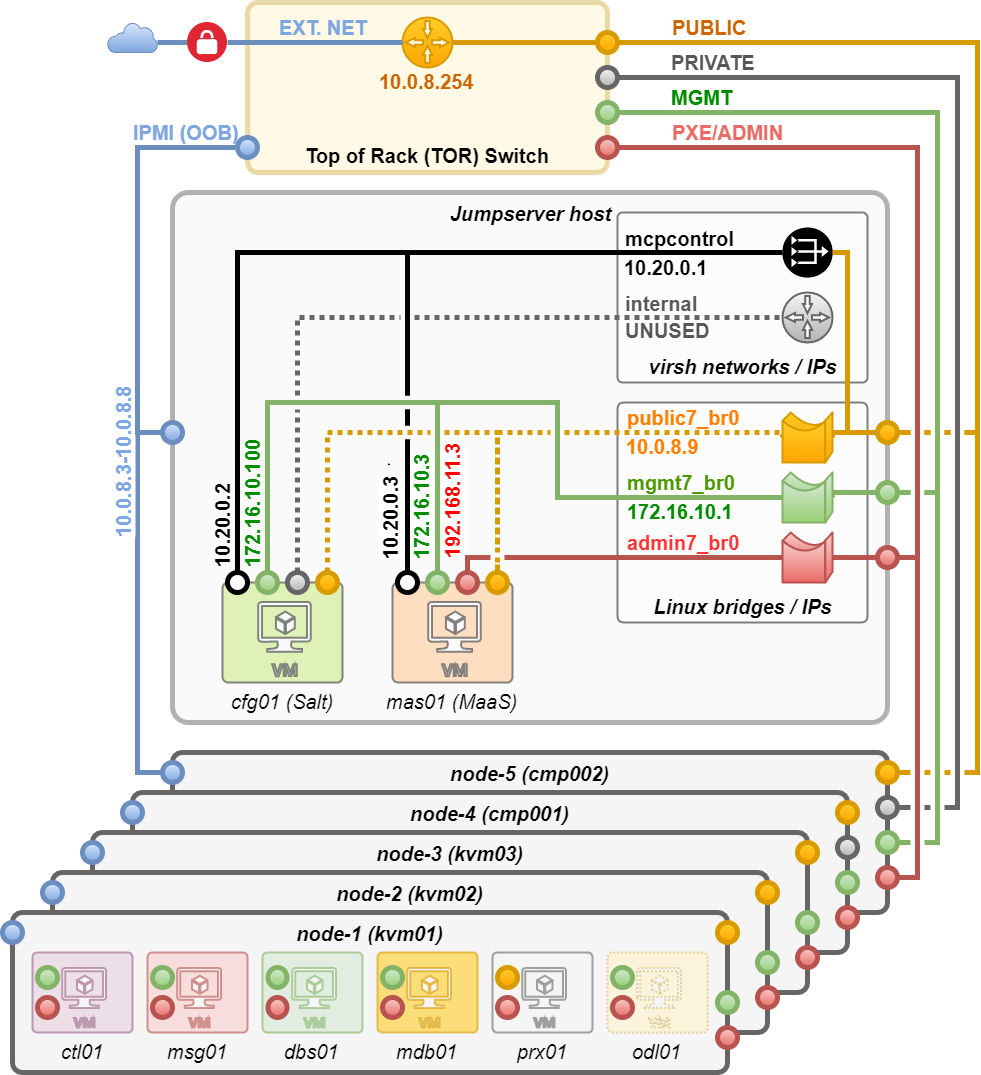
Earlier version of the draw.io export docs/release/installation/img/arm_pod5.png (opnfv/fuel). Source tidied: cells renumbered, new cells last; positions are measured from the earlier drawing's top-left corner, leaving out a move shared by most shapes.
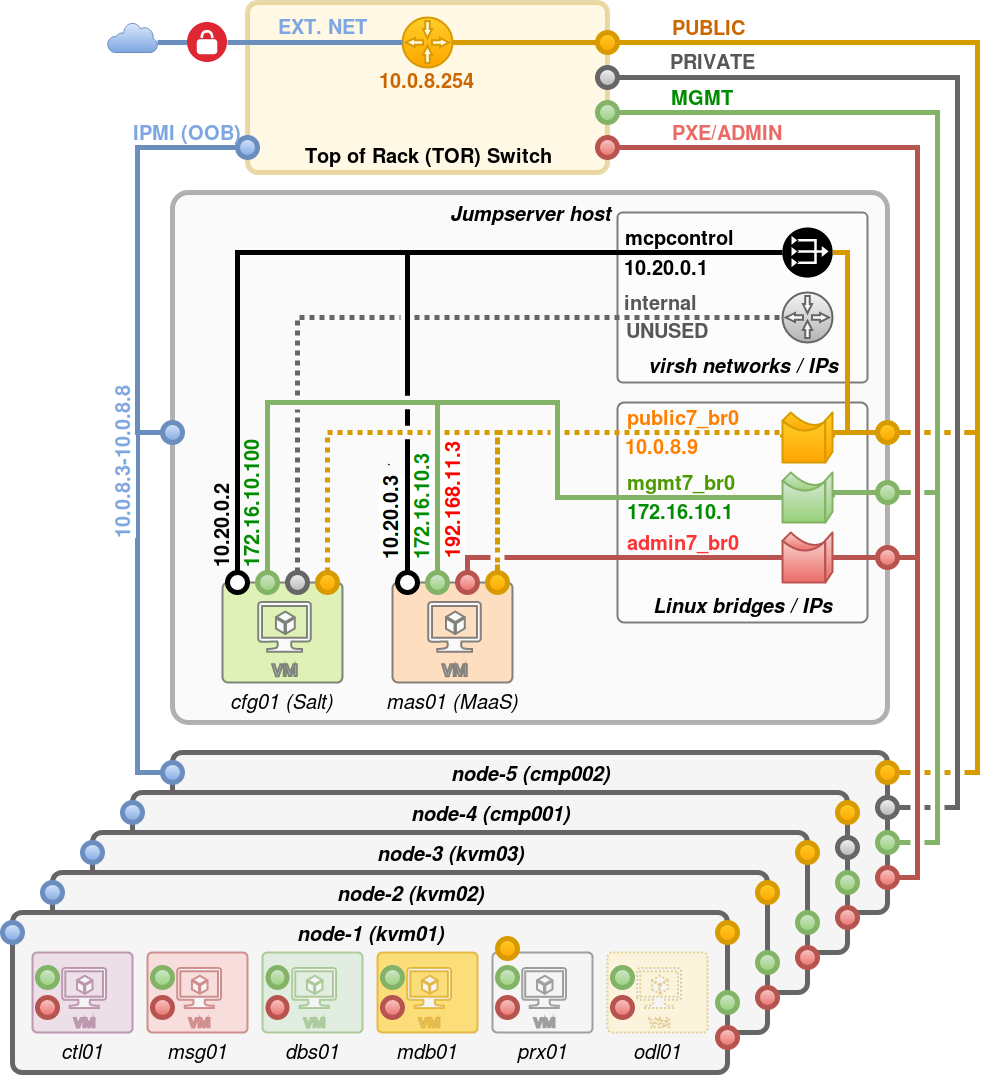
The same file after the commit.

What changed in the source:
```diff
@@ -136,7 +136,7 @@
       <mxGeometry x="510" y="995" width="20" height="20" as="geometry" />
     </mxCell>
     <mxCell id="35" style="ellipse;whiteSpace=wrap;html=1;fillColor=#ffcd28;strokeColor=#d79b00;strokeWidth=5;perimeterSpacing=0;gradientColor=#ffa500;fontStyle=0;" parent="1" vertex="1">
-      <mxGeometry x="510" y="965" width="20" height="20" as="geometry" />
+      <mxGeometry x="510" y="936" width="20" height="20" as="geometry" />
     </mxCell>
     <mxCell id="36" style="ellipse;whiteSpace=wrap;html=1;fillColor=#f8cecc;strokeColor=#b85450;gradientColor=#ea6b66;strokeWidth=5;perimeterSpacing=0;fontStyle=0;" parent="1" vertex="1">
       <mxGeometry x="395" y="995" width="20" height="20" as="geometry" />
@@ -540,5 +540,8 @@
     <mxCell id="123" style="shape=mxgraph.cisco.misc.bridge;html=1;dashed=0;fillColor=#ffcd28;strokeColor=#d79b00;strokeWidth=2;verticalLabelPosition=bottom;verticalAlign=top;glass=0;dashPattern=1 1;labelBackgroundColor=none;fontSize=20;fontColor=#7EA6E0;align=left;gradientColor=#ffa500;" parent="1" vertex="1">
       <mxGeometry x="795" y="410" width="50" height="50" as="geometry" />
     </mxCell>
+    <mxCell id="124" style="ellipse;whiteSpace=wrap;html=1;fillColor=#d5e8d4;strokeColor=#82b366;strokeWidth=5;perimeterSpacing=0;gradientColor=#97d077;fontStyle=0;" parent="1" vertex="1">
+      <mxGeometry x="510" y="965" width="20" height="20" as="geometry" />
+    </mxCell>
   </root>
 </mxGraphModel>
```
